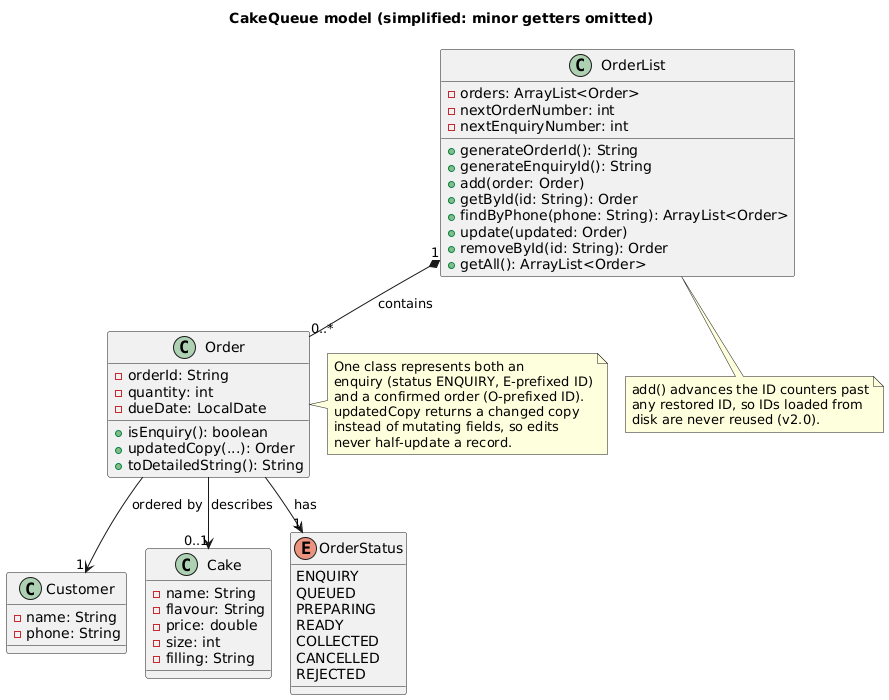
Before: docs/diagrams/rendered/ModelClassDiagram.png, a diagram exported from PlantUML (AY2627S1-CS2113-W12-1/tp).
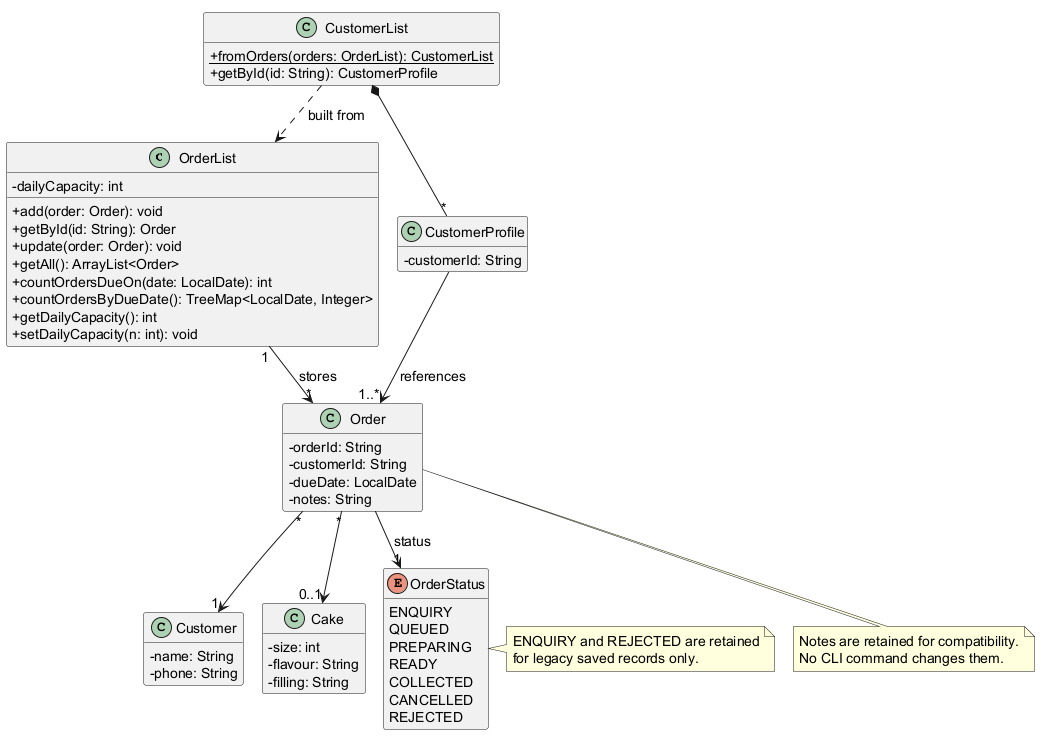
Above is the later version.

Change to the diagram source:
```diff
@@ -1,28 +1,27 @@
-@startuml ModelClassDiagram
+@startuml
 !pragma layout smetana
-title CakeQueue model (simplified: minor getters omitted)
+skinparam classAttributeIconSize 0
+skinparam shadowing false
+skinparam defaultFontSize 14
+hide empty members
 
 class OrderList {
-  - orders: ArrayList<Order>
-  - nextOrderNumber: int
-  - nextEnquiryNumber: int
-  + generateOrderId(): String
-  + generateEnquiryId(): String
-  + add(order: Order)
+  - dailyCapacity: int
+  + add(order: Order): void
   + getById(id: String): Order
-  + findByPhone(phone: String): ArrayList<Order>
-  + update(updated: Order)
-  + removeById(id: String): Order
+  + update(order: Order): void
   + getAll(): ArrayList<Order>
+  + countOrdersDueOn(date: LocalDate): int
+  + countOrdersByDueDate(): TreeMap<LocalDate, Integer>
+  + getDailyCapacity(): int
+  + setDailyCapacity(n: int): void
 }
 
 class Order {
   - orderId: String
-  - quantity: int
+  - customerId: String
   - dueDate: LocalDate
-  + isEnquiry(): boolean
-  + updatedCopy(...): Order
-  + toDetailedString(): String
+  - notes: String
 }
 
 class Customer {
@@ -31,10 +30,8 @@
 }
 
 class Cake {
-  - name: String
+  - size: int
   - flavour: String
-  - price: double
-  - size: int
   - filling: String
 }
 
@@ -48,22 +45,30 @@
   REJECTED
 }
 
-OrderList "1" *-- "0..*" Order : contains >
-Order --> "1" Customer : ordered by >
-Order --> "0..1" Cake : describes >
-Order --> "1" OrderStatus : has >
+class CustomerList {
+  {static} + fromOrders(orders: OrderList): CustomerList
+  + getById(id: String): CustomerProfile
+}
 
-note right of Order
-  One class represents both an
-  enquiry (status ENQUIRY, E-prefixed ID)
-  and a confirmed order (O-prefixed ID).
-  updatedCopy returns a changed copy
-  instead of mutating fields, so edits
-  never half-update a record.
+class CustomerProfile {
+  - customerId: String
+}
+
+OrderList "1" --> "*" Order : stores
+Order "*" --> "1" Customer
+Order "*" --> "0..1" Cake
+Order --> "1" OrderStatus : status
+CustomerList *-- "*" CustomerProfile
+CustomerProfile --> "1..*" Order : references
+CustomerList ..> OrderList : built from
+
+note right of OrderStatus
+  ENQUIRY and REJECTED are retained
+  for legacy saved records only.
 end note
-note bottom of OrderList
-  add() advances the ID counters past
-  any restored ID, so IDs loaded from
-  disk are never reused (v2.0).
+
+note bottom of Order
+  Notes are retained for compatibility.
+  No CLI command changes them.
 end note
 @enduml
```
